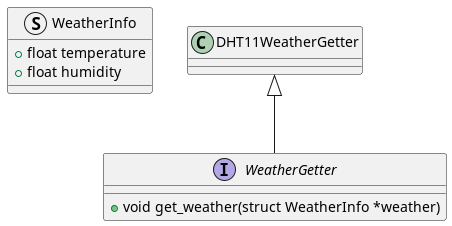
Above: docs/Weather_UML.png in Beloin/LCD_Rasp_Weather (PlantUML), before the change. Its diagram source:
```plantuml
@startuml Weather UML


struct WeatherInfo {
    + float temperature
    + float humidity
}

interface WeatherGetter {
    + void get_weather(struct WeatherInfo *weather)
}

DHT11WeatherGetter <|-- WeatherGetter

@enduml
```
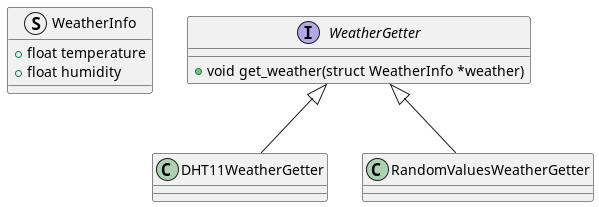
The same file after the commit.

Diff of the diagram source:
```diff
@@ -10,6 +10,7 @@
     + void get_weather(struct WeatherInfo *weather)
 }
 
-DHT11WeatherGetter <|-- WeatherGetter
+WeatherGetter <|-- DHT11WeatherGetter
+WeatherGetter <|-- RandomValuesWeatherGetter
 
 @enduml
```
